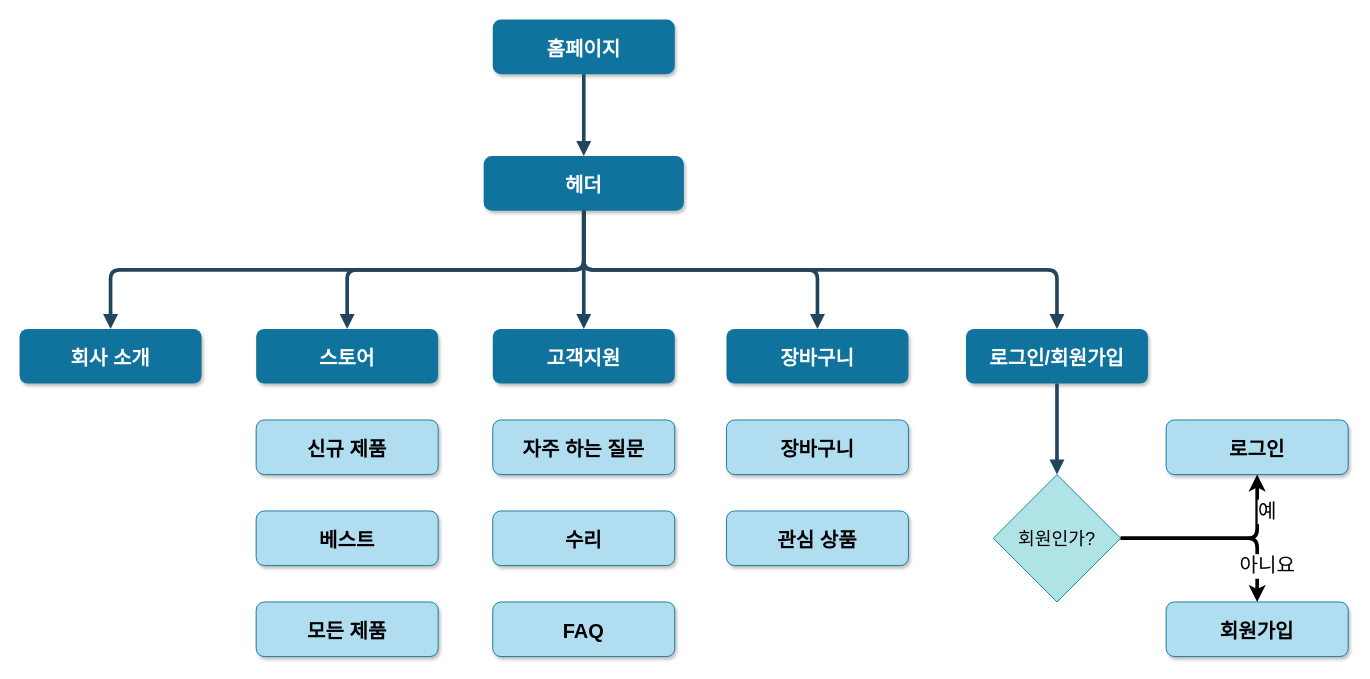
Earlier version of the draw.io diagram 메뉴 구조도.drawio (sam-from-korea/django_lec). Source tidied: cells renumbered, new cells numbered last; positions are measured from the earlier drawing's top-left corner, leaving out a move shared by most shapes. Both pictures are drawn from the tidied source at 91%, with x=0, y=0 at pixel (19, 19).
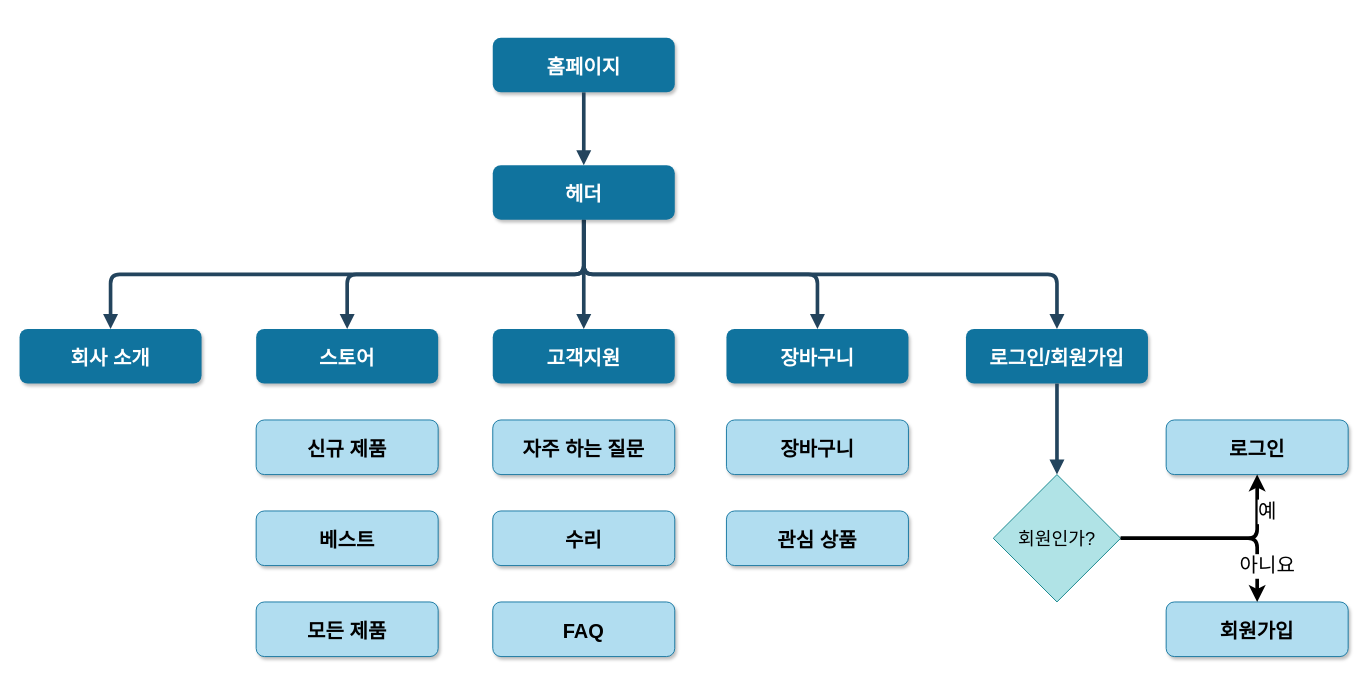
The same diagram, later.

Commit message:
메뉴 구조도.drawio 업데이트

Unchanged cells that the change refers to:
```xml
<mxCell id="4" value="회사 소개" style="rounded=1;fillColor=#10739E;strokeColor=none;shadow=1;gradientColor=none;fontStyle=1;fontColor=#FFFFFF;fontSize=22;" parent="1" vertex="1">
  <mxGeometry y="340" width="200" height="60" as="geometry" />
</mxCell>
<mxCell id="5" value="스토어" style="rounded=1;fillColor=#10739E;strokeColor=none;shadow=1;gradientColor=none;fontStyle=1;fontColor=#FFFFFF;fontSize=22;" parent="1" vertex="1">
  <mxGeometry x="260" y="340" width="200" height="60" as="geometry" />
</mxCell>
<mxCell id="6" value="고객지원" style="rounded=1;fillColor=#10739E;strokeColor=none;shadow=1;gradientColor=none;fontStyle=1;fontColor=#FFFFFF;fontSize=22;" parent="1" vertex="1">
  <mxGeometry x="520" y="340" width="200" height="60" as="geometry" />
</mxCell>
```

The edit, as a diff of the source:
```diff
@@
     <mxCell id="2" value="홈페이지" style="rounded=1;fillColor=#10739E;strokeColor=none;shadow=1;gradientColor=none;fontStyle=1;fontColor=#FFFFFF;fontSize=22;" parent="1" vertex="1">
-      <mxGeometry x="520" width="200" height="60" as="geometry" />
+      <mxGeometry x="520" y="20" width="200" height="60" as="geometry" />
     </mxCell>
-    <mxCell id="3" value="헤더" style="rounded=1;fillColor=#10739E;strokeColor=none;shadow=1;gradientColor=none;fontStyle=1;fontColor=#FFFFFF;fontSize=22;" parent="1" vertex="1">
-      <mxGeometry x="510" y="150" width="220" height="60" as="geometry" />
-    </mxCell>
@@
-    <mxCell id="7" style="edgeStyle=elbowEdgeStyle;elbow=vertical;strokeWidth=4;endArrow=block;endFill=1;fontStyle=1;strokeColor=#23445D;fontSize=22;" parent="1" edge="1" source="2" target="3">
+    <mxCell id="7" style="edgeStyle=elbowEdgeStyle;elbow=vertical;strokeWidth=4;endArrow=block;endFill=1;fontStyle=1;strokeColor=#23445D;fontSize=22;entryX=0.5;entryY=0;entryDx=0;entryDy=0;" parent="1" edge="1" source="2" target="3">
       <mxGeometry x="22" y="165.5" as="geometry" />
     </mxCell>
-    <mxCell id="8" style="edgeStyle=elbowEdgeStyle;elbow=vertical;strokeWidth=4;endArrow=block;endFill=1;fontStyle=1;strokeColor=#23445D;fontSize=22;" parent="1" edge="1" source="3" target="5">
+    <mxCell id="8" style="edgeStyle=elbowEdgeStyle;elbow=vertical;strokeWidth=4;endArrow=block;endFill=1;fontStyle=1;strokeColor=#23445D;fontSize=22;exitX=0.5;exitY=1;exitDx=0;exitDy=0;" parent="1" edge="1" source="3" target="5">
       <mxGeometry x="22" y="165.5" as="geometry" />
     </mxCell>
-    <mxCell id="9" style="edgeStyle=elbowEdgeStyle;elbow=vertical;strokeWidth=4;endArrow=block;endFill=1;fontStyle=1;strokeColor=#23445D;fontSize=22;" parent="1" edge="1" source="3" target="4">
+    <mxCell id="9" style="edgeStyle=elbowEdgeStyle;elbow=vertical;strokeWidth=4;endArrow=block;endFill=1;fontStyle=1;strokeColor=#23445D;fontSize=22;exitX=0.5;exitY=1;exitDx=0;exitDy=0;" parent="1" edge="1" source="3" target="4">
       <mxGeometry x="22" y="165.5" as="geometry" />
     </mxCell>
-    <mxCell id="10" style="edgeStyle=elbowEdgeStyle;elbow=vertical;strokeWidth=4;endArrow=block;endFill=1;fontStyle=1;strokeColor=#23445D;fontSize=22;" parent="1" edge="1" source="3" target="6">
+    <mxCell id="10" style="edgeStyle=elbowEdgeStyle;elbow=vertical;strokeWidth=4;endArrow=block;endFill=1;fontStyle=1;strokeColor=#23445D;fontSize=22;exitX=0.5;exitY=1;exitDx=0;exitDy=0;" parent="1" edge="1" source="3" target="6">
       <mxGeometry x="22" y="165.5" as="geometry" />
     </mxCell>
@@
+    <mxCell id="3" value="헤더" style="rounded=1;fillColor=#10739E;strokeColor=none;shadow=1;gradientColor=none;fontStyle=1;fontColor=#FFFFFF;fontSize=22;" parent="1" vertex="1">
+      <mxGeometry x="520" y="160" width="200" height="60" as="geometry" />
+    </mxCell>
```
